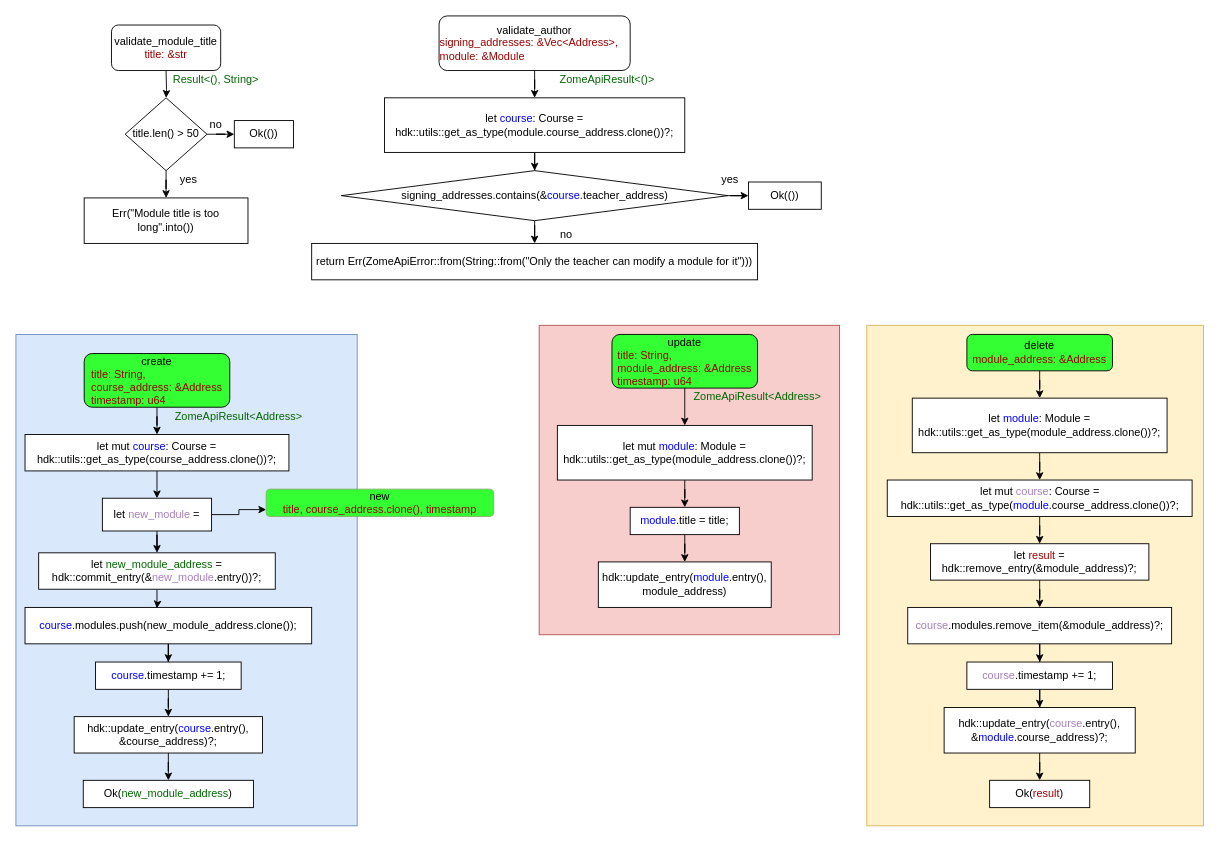
Before: page "module: functions" (7 of 11) of Untitled Diagram.drawio in sdelvalle57/hUdemy, a draw.io diagram. Source tidied: cells renumbered, new cells numbered last; positions are measured from the earlier drawing's top-left corner, leaving out a move shared by most shapes. Both pictures are drawn from the tidied source at 91%, with x=0, y=0 at pixel (15, 15).
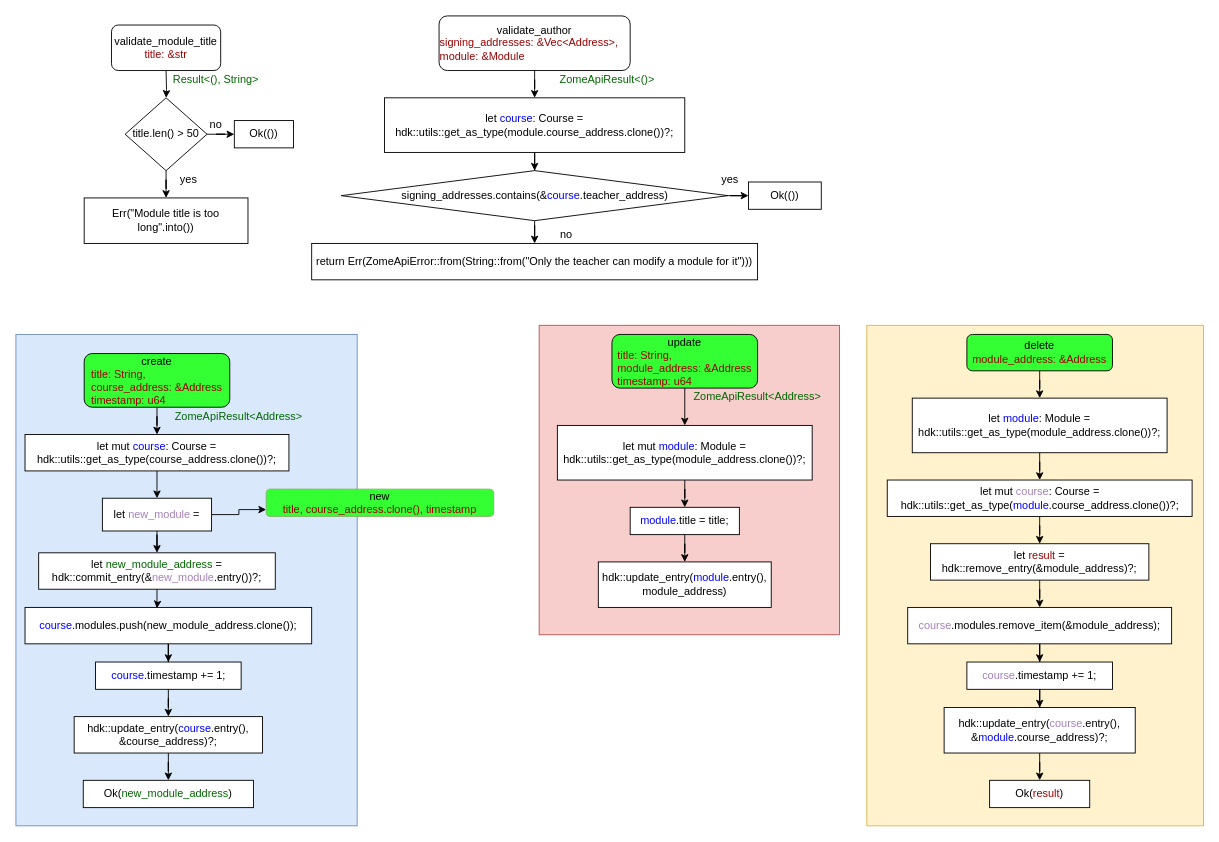
The same page after the edit.

Diff of the diagram source:
```diff
@@
-    <mxCell id="63" value="&lt;font color=&quot;#A680B8&quot;&gt;course&lt;/font&gt;.modules.remove_item(&amp;amp;module_address)?;" style="rounded=0;whiteSpace=wrap;html=1;" parent="1" vertex="1">
+    <mxCell id="63" value="&lt;font color=&quot;#A680B8&quot;&gt;course&lt;/font&gt;.modules.remove_item(&amp;amp;module_address);" style="rounded=0;whiteSpace=wrap;html=1;" parent="1" vertex="1">
       <mxGeometry x="980" y="650" width="290" height="40" as="geometry" />
     </mxCell>
```
